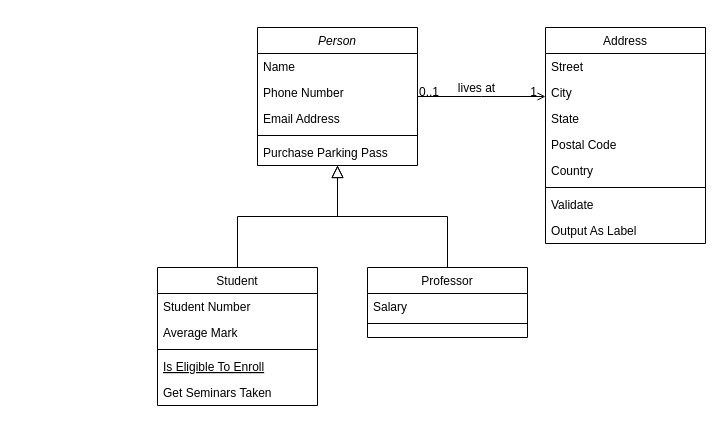
Before: Diagramme sans nom.drawio in KyotoVania/RythmGameSfmlCpp, a draw.io diagram. Source tidied: cells renumbered, new cells numbered last; positions are measured from the earlier drawing's top-left corner, leaving out a move shared by most shapes. Both pictures are drawn from the tidied source at 100%, with x=0, y=0 at pixel (157, 27).
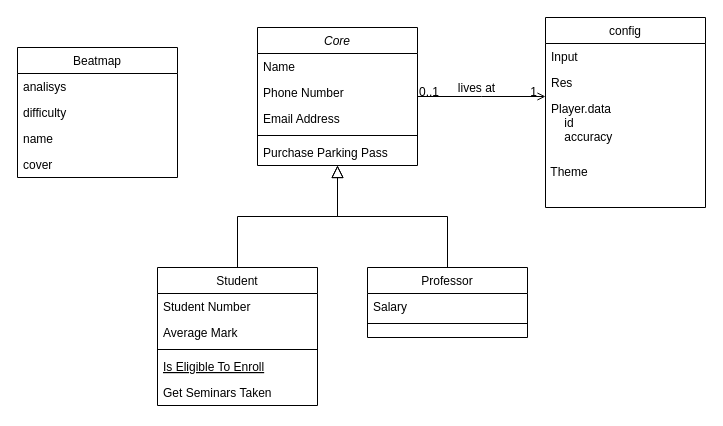
The same page after the edit.

Diff of the diagram source:
```diff
@@
-    <mxCell id="2" value="Person" style="swimlane;fontStyle=2;align=center;verticalAlign=top;horizontal=1;startSize=26;rounded=0;shadow=0;strokeWidth=1;" parent="1" vertex="1">
+    <mxCell id="2" value="Core" style="swimlane;fontStyle=2;align=center;verticalAlign=top;horizontal=1;startSize=26;rounded=0;shadow=0;strokeWidth=1;" parent="1" vertex="1">
       <mxGeometry x="100" width="160" height="138" as="geometry" />
     </mxCell>
@@
-    <mxCell id="19" value="Address" style="swimlane;fontStyle=0;align=center;verticalAlign=top;horizontal=1;startSize=26;rounded=0;shadow=0;strokeWidth=1;" parent="1" vertex="1">
-      <mxGeometry x="388" width="160" height="216" as="geometry" />
+    <mxCell id="19" value="config" style="swimlane;fontStyle=0;align=center;verticalAlign=top;horizontal=1;startSize=26;rounded=0;shadow=0;strokeWidth=1;" parent="1" vertex="1">
+      <mxGeometry x="388" y="-10" width="160" height="190" as="geometry" />
     </mxCell>
-    <mxCell id="20" value="Street" style="text;align=left;verticalAlign=top;spacingLeft=4;spacingRight=4;overflow=hidden;" parent="19" vertex="1">
+    <mxCell id="20" value="Input" style="text;align=left;verticalAlign=top;spacingLeft=4;spacingRight=4;overflow=hidden;" parent="19" vertex="1">
       <mxGeometry y="26" width="160" height="26" as="geometry" />
     </mxCell>
-    <mxCell id="21" value="City" style="text;align=left;verticalAlign=top;spacingLeft=4;spacingRight=4;overflow=hidden;rounded=0;shadow=0;html=0;" parent="19" vertex="1">
+    <mxCell id="21" value="Res" style="text;align=left;verticalAlign=top;spacingLeft=4;spacingRight=4;overflow=hidden;rounded=0;shadow=0;html=0;" parent="19" vertex="1">
       <mxGeometry y="52" width="160" height="26" as="geometry" />
     </mxCell>
-    <mxCell id="22" value="State" style="text;align=left;verticalAlign=top;spacingLeft=4;spacingRight=4;overflow=hidden;rounded=0;shadow=0;html=0;" parent="19" vertex="1">
-      <mxGeometry y="78" width="160" height="26" as="geometry" />
+    <mxCell id="22" value="Player.data&#10;    id&#10;    accuracy" style="text;align=left;verticalAlign=top;spacingLeft=4;spacingRight=4;overflow=hidden;rounded=0;shadow=0;html=0;" parent="19" vertex="1">
+      <mxGeometry y="78" width="160" height="62" as="geometry" />
     </mxCell>
-    <mxCell id="23" value="Postal Code" style="text;align=left;verticalAlign=top;spacingLeft=4;spacingRight=4;overflow=hidden;rounded=0;shadow=0;html=0;" parent="19" vertex="1">
-      <mxGeometry y="104" width="160" height="26" as="geometry" />
-    </mxCell>
-    <mxCell id="24" value="Country" style="text;align=left;verticalAlign=top;spacingLeft=4;spacingRight=4;overflow=hidden;rounded=0;shadow=0;html=0;" parent="19" vertex="1">
-      <mxGeometry y="130" width="160" height="26" as="geometry" />
-    </mxCell>
-    <mxCell id="25" style="line;html=1;strokeWidth=1;align=left;verticalAlign=middle;spacingTop=-1;spacingLeft=3;spacingRight=3;labelPosition=right;" parent="19" vertex="1">
-      <mxGeometry y="156" width="160" height="8" as="geometry" />
-    </mxCell>
-    <mxCell id="26" value="Validate" style="text;align=left;verticalAlign=top;spacingLeft=4;spacingRight=4;overflow=hidden;" parent="19" vertex="1">
-      <mxGeometry y="164" width="160" height="26" as="geometry" />
-    </mxCell>
-    <mxCell id="27" value="Output As Label" style="text;align=left;verticalAlign=top;spacingLeft=4;spacingRight=4;overflow=hidden;" parent="19" vertex="1">
-      <mxGeometry y="190" width="160" height="26" as="geometry" />
-    </mxCell>
+    <mxCell id="32" value="&amp;nbsp;Theme" style="text;html=1;align=left;verticalAlign=middle;strokeColor=none;fillColor=none;" parent="19" vertex="1">
+      <mxGeometry y="140" width="160" height="30" as="geometry" />
+    </mxCell>
@@
+    <mxCell id="33" value="Beatmap" style="swimlane;fontStyle=0;align=center;verticalAlign=top;horizontal=1;startSize=26;rounded=0;shadow=0;strokeWidth=1;" parent="1" vertex="1">
+      <mxGeometry x="-140" y="20" width="160" height="130" as="geometry" />
+    </mxCell>
+    <mxCell id="34" value="analisys" style="text;align=left;verticalAlign=top;spacingLeft=4;spacingRight=4;overflow=hidden;" parent="33" vertex="1">
+      <mxGeometry y="26" width="160" height="26" as="geometry" />
+    </mxCell>
+    <mxCell id="35" value="difficulty" style="text;align=left;verticalAlign=top;spacingLeft=4;spacingRight=4;overflow=hidden;rounded=0;shadow=0;html=0;" parent="33" vertex="1">
+      <mxGeometry y="52" width="160" height="26" as="geometry" />
+    </mxCell>
+    <mxCell id="36" value="name" style="text;align=left;verticalAlign=top;spacingLeft=4;spacingRight=4;overflow=hidden;rounded=0;shadow=0;html=0;" parent="33" vertex="1">
+      <mxGeometry y="78" width="160" height="26" as="geometry" />
+    </mxCell>
+    <mxCell id="37" value="cover" style="text;align=left;verticalAlign=top;spacingLeft=4;spacingRight=4;overflow=hidden;rounded=0;shadow=0;html=0;" parent="33" vertex="1">
+      <mxGeometry y="104" width="160" height="26" as="geometry" />
+    </mxCell>
```
